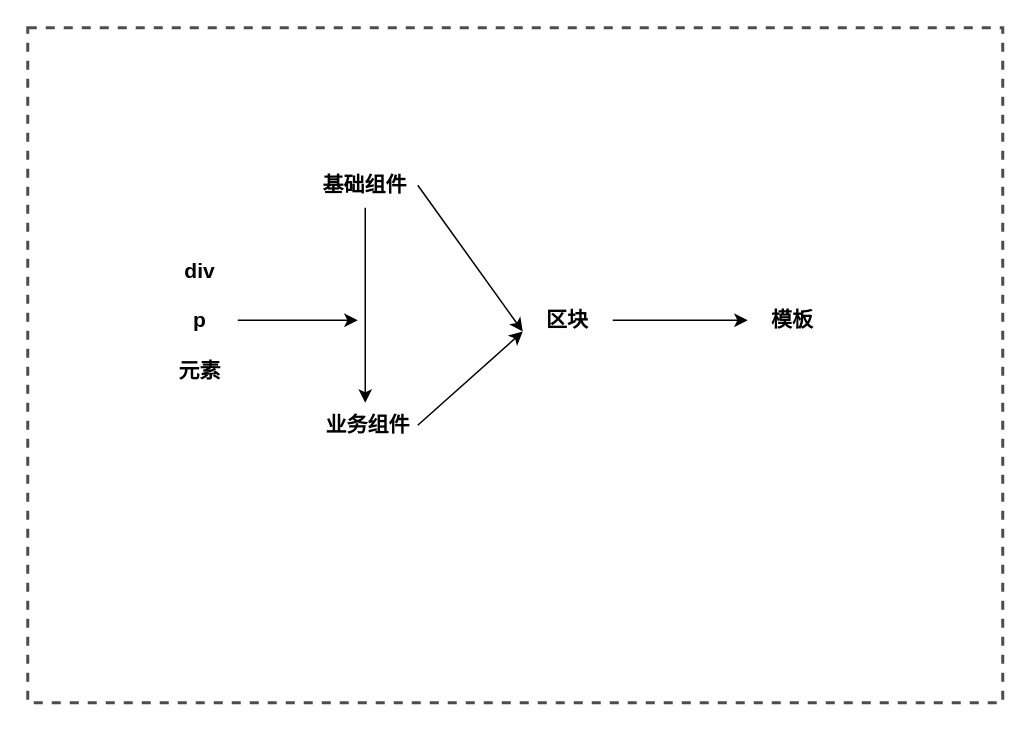
Above: 低代码—从前端组件到前端物料.drawio in tangyaosimida/love (draw.io), before the change. Source tidied: cells renumbered, new cells numbered last; positions are measured from the earlier drawing's top-left corner, leaving out a move shared by most shapes. Both pictures are drawn from the tidied source at 150%, with x=0, y=0 at pixel (27, 27).
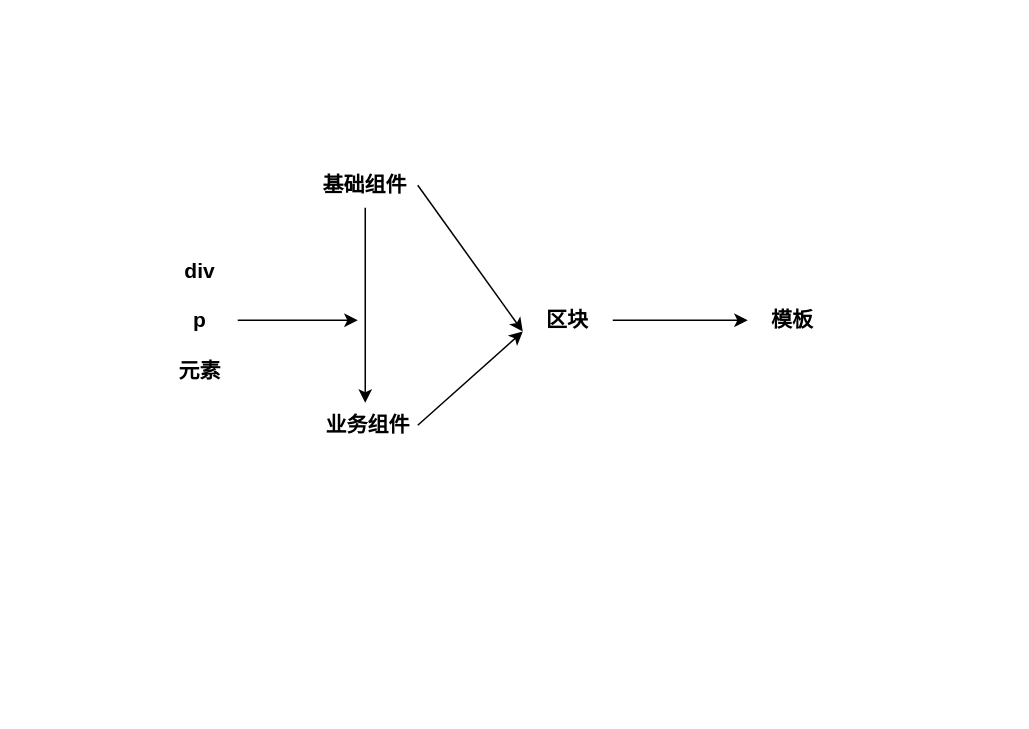
The same diagram, later.

Commit message (it also covers changes not shown here):
更新低代码—从前端组件到前端物料.drawio

What changed in the source:
```diff
@@
 <mxGraphModel>
   <root>
     <mxCell id="0" />
     <mxCell id="1" parent="0" />
-    <mxCell id="2" style="rounded=0;whiteSpace=wrap;html=1;fillColor=none;dashed=1;strokeColor=#4D4D4D;strokeWidth=2;" parent="1" vertex="1">
-      <mxGeometry width="650" height="450" as="geometry" />
-    </mxCell>
     <mxCell id="3" value="&lt;span style=&quot;font-size: 14px;&quot;&gt;&lt;span style=&quot;font-size: 14px;&quot;&gt;div&lt;br style=&quot;font-size: 14px;&quot;&gt;&lt;br style=&quot;font-size: 14px;&quot;&gt;p&lt;br style=&quot;font-size: 14px;&quot;&gt;&lt;br style=&quot;font-size: 14px;&quot;&gt;元素&lt;br style=&quot;font-size: 14px;&quot;&gt;&lt;/span&gt;&lt;/span&gt;" style="text;html=1;align=center;verticalAlign=middle;whiteSpace=wrap;rounded=0;fontSize=14;fontStyle=1;" parent="1" vertex="1">
       <mxGeometry x="90" y="140" width="50" height="110" as="geometry" />
     </mxCell>
     <mxCell id="4" style="edgeStyle=orthogonalEdgeStyle;rounded=0;jettySize=auto;html=1;exitX=0.5;exitY=1;exitDx=0;exitDy=0;entryX=0.5;entryY=0;entryDx=0;entryDy=0;" parent="1" edge="1" source="5" target="6">
       <mxGeometry relative="1" as="geometry" />
     </mxCell>
     <mxCell id="5" value="基础组件" style="text;html=1;align=center;verticalAlign=middle;whiteSpace=wrap;rounded=0;fontSize=14;fontStyle=1;" parent="1" vertex="1">
       <mxGeometry x="190" y="90" width="70" height="30" as="geometry" />
     </mxCell>
     <mxCell id="6" value="&amp;nbsp;业务组件" style="text;html=1;align=center;verticalAlign=middle;whiteSpace=wrap;rounded=0;fontSize=14;fontStyle=1;" parent="1" vertex="1">
       <mxGeometry x="190" y="250" width="70" height="30" as="geometry" />
     </mxCell>
     <mxCell id="7" value="区块" style="text;html=1;align=center;verticalAlign=middle;whiteSpace=wrap;rounded=0;fontSize=14;fontStyle=1;" parent="1" vertex="1">
       <mxGeometry x="330" y="180" width="60" height="30" as="geometry" />
     </mxCell>
     <mxCell id="8" value="模板" style="text;html=1;align=center;verticalAlign=middle;whiteSpace=wrap;rounded=0;fontSize=14;fontStyle=1;" parent="1" vertex="1">
       <mxGeometry x="480" y="180" width="60" height="30" as="geometry" />
     </mxCell>
     <mxCell id="9" style="endArrow=classic;html=1;rounded=0;entryX=0;entryY=0.75;entryDx=0;entryDy=0;exitX=1;exitY=0.5;exitDx=0;exitDy=0;" parent="1" edge="1" source="5" target="7">
       <mxGeometry relative="1" as="geometry" />
     </mxCell>
     <mxCell id="10" style="endArrow=classic;html=1;rounded=0;entryX=0;entryY=0.75;entryDx=0;entryDy=0;exitX=1;exitY=0.5;exitDx=0;exitDy=0;" parent="1" edge="1" source="6" target="7">
       <mxGeometry relative="1" as="geometry" />
     </mxCell>
     <mxCell id="11" style="endArrow=classic;html=1;rounded=0;exitX=1;exitY=0.5;exitDx=0;exitDy=0;entryX=0;entryY=0.5;entryDx=0;entryDy=0;" parent="1" edge="1" source="7" target="8">
       <mxGeometry relative="1" as="geometry" />
     </mxCell>
     <mxCell id="12" style="endArrow=classic;html=1;rounded=0;exitX=1;exitY=0.5;exitDx=0;exitDy=0;" parent="1" edge="1" source="3">
       <mxGeometry relative="1" as="geometry">
         <mxPoint x="220" y="195" as="targetPoint" />
       </mxGeometry>
     </mxCell>
   </root>
 </mxGraphModel>
```
